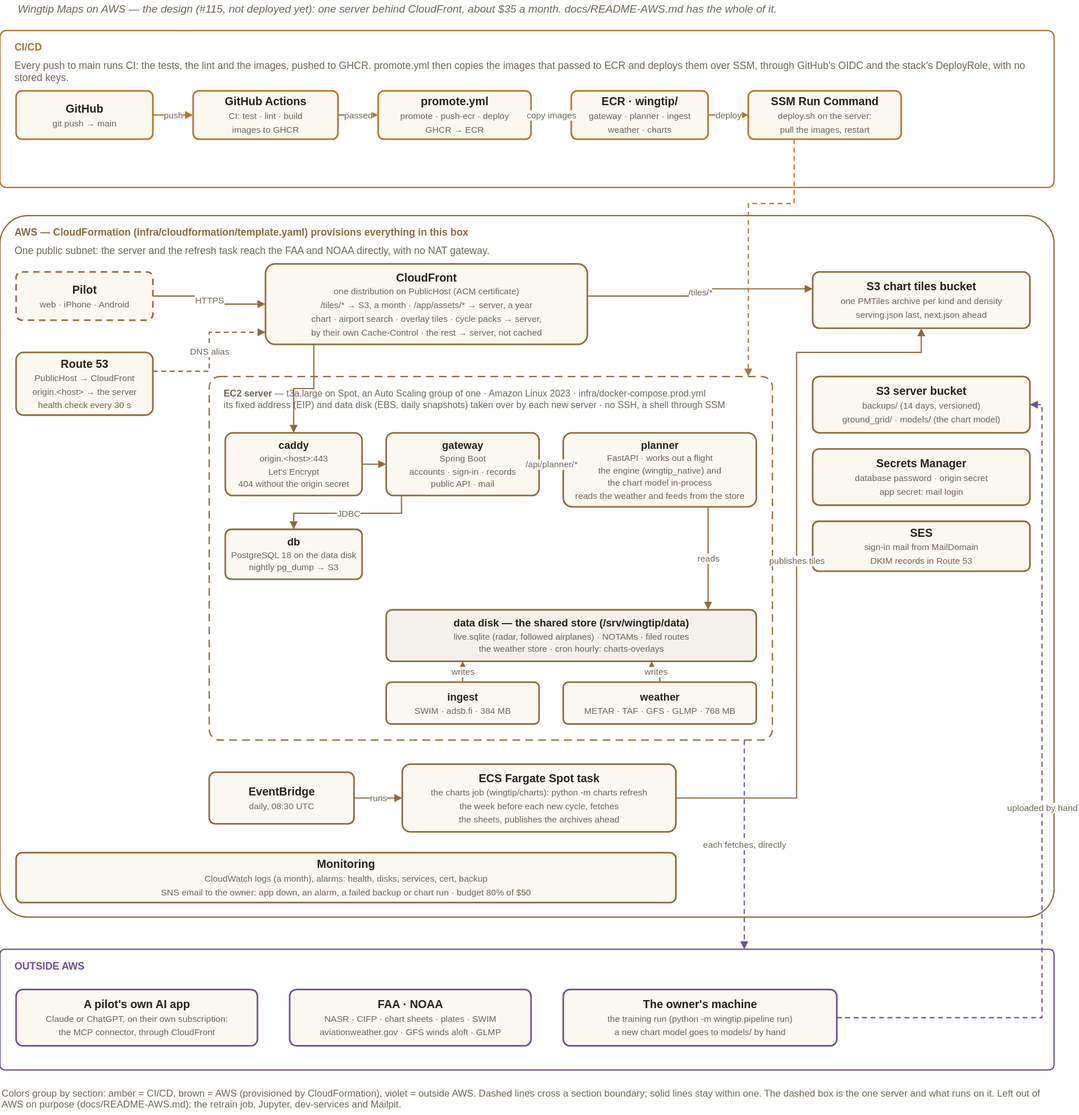
The draw.io diagram docs/architecture-aws.svg in asdaq-samir/wingtip, before a commit. Source tidied: cells renumbered, new cells last; positions are measured from the earlier drawing's top-left corner, leaving out a move shared by most shapes.
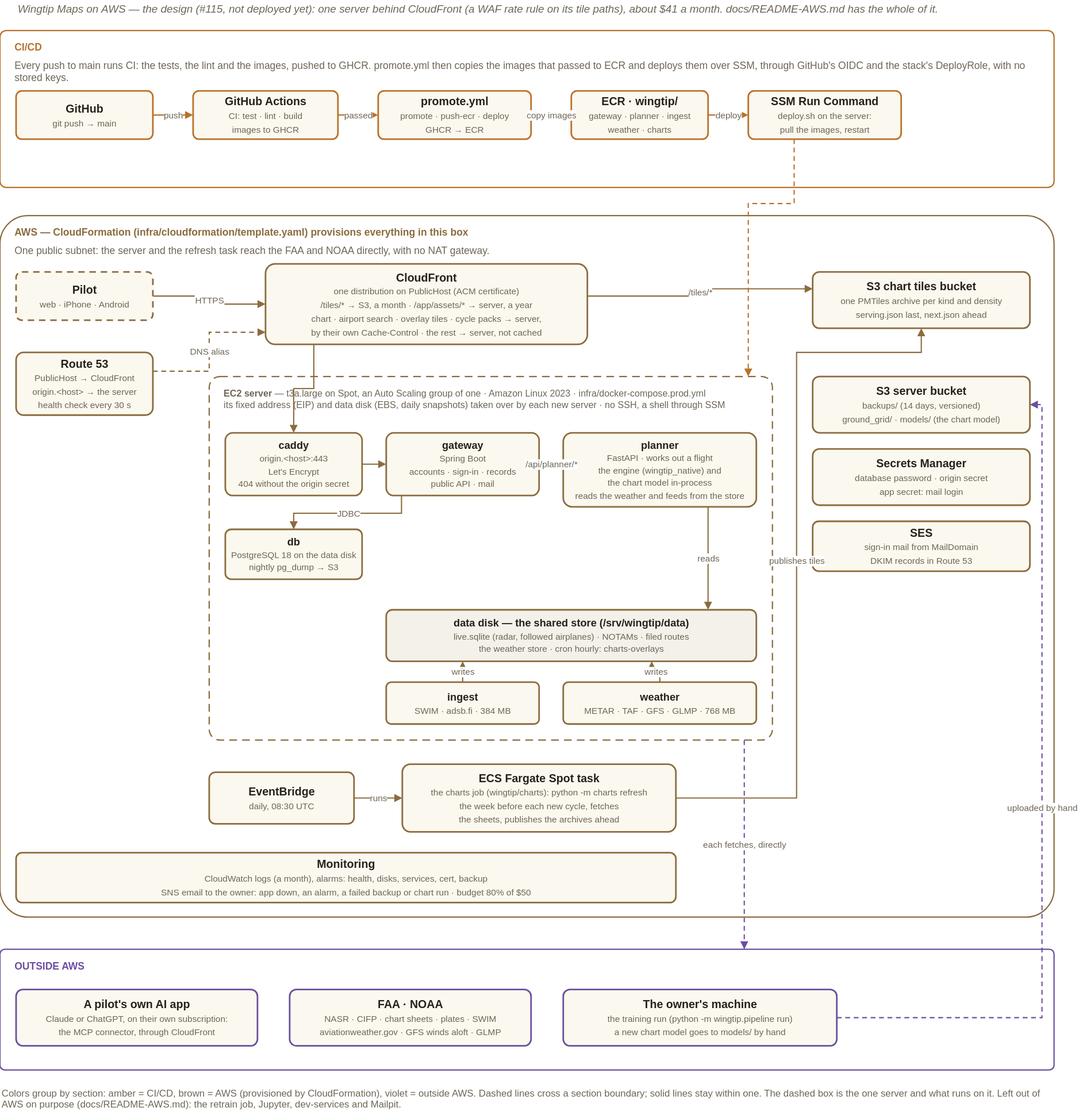
After the commit.

The edit, as a diff of the source:
```diff
@@ -2,7 +2,7 @@
   <root>
     <mxCell id="0" />
     <mxCell id="1" parent="0" />
-    <mxCell id="2" value="Wingtip Maps on AWS — the design (#115, not deployed yet): one server behind CloudFront, about $35 a month. docs/README-AWS.md has the whole of it." style="text;html=1;fontSize=13.5;fontStyle=2;fontColor=#6E6656;align=left;verticalAlign=middle;" parent="1" vertex="1">
+    <mxCell id="2" value="Wingtip Maps on AWS — the design (#115, not deployed yet): one server behind CloudFront (a WAF rate rule on its tile paths), about $41 a month. docs/README-AWS.md has the whole of it." style="text;html=1;fontSize=13.5;fontStyle=2;fontColor=#6E6656;align=left;verticalAlign=middle;" parent="1" vertex="1">
       <mxGeometry x="20" width="1270" height="24" as="geometry" />
     </mxCell>
     <mxCell id="3" style="rounded=1;whiteSpace=wrap;html=1;arcSize=4;fillColor=none;strokeColor=#B8722A;strokeWidth=1.6;" parent="1" vertex="1">
```
